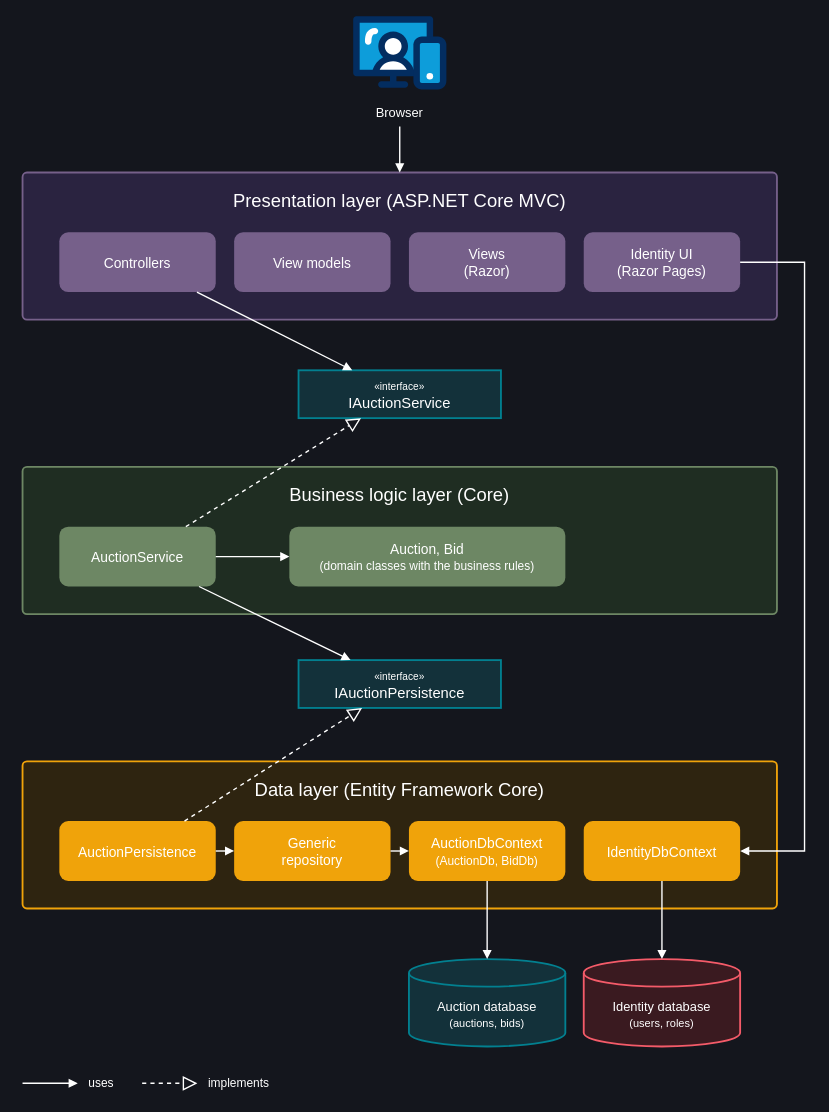
Before: docs/architecture.drawio in IbrahimAwad98/Auction-webapp, a draw.io diagram. Source tidied: cells renumbered, new cells numbered last; positions are measured from the earlier drawing's top-left corner, leaving out a move shared by most shapes. Both pictures are drawn from the tidied source at 92%, with x=0, y=0 at pixel (22, 16).
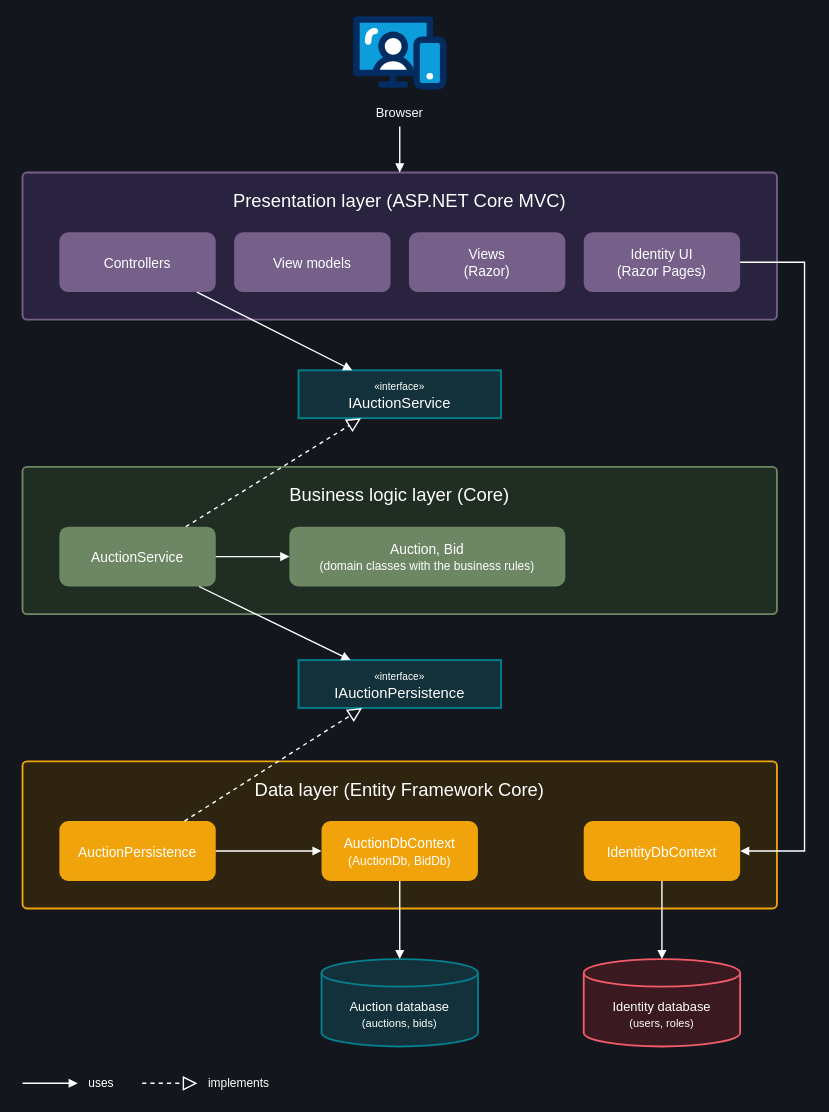
Above is the later version.

Commit message (it also covers changes not shown here):
Sync README and diagrams with the code

Unchanged cells that the change refers to:
```xml
<mxCell id="13" value="AuctionPersistence" style="rounded=1;whiteSpace=wrap;html=1;fontSize=15;fillColor=#f0a30a;strokeColor=none;fontColor=#ffffff;" parent="1" vertex="1">
  <mxGeometry x="40" y="875" width="170" height="65" as="geometry" />
</mxCell>
```

What changed in the source:
```diff
@@
-    <mxCell id="14" value="Generic&lt;br&gt;repository" style="rounded=1;whiteSpace=wrap;html=1;fontSize=15;fillColor=#f0a30a;strokeColor=none;fontColor=#ffffff;" parent="1" vertex="1">
-      <mxGeometry x="230" y="875" width="170" height="65" as="geometry" />
-    </mxCell>
     <mxCell id="15" value="AuctionDbContext&lt;br&gt;&lt;font style=&quot;font-size: 13px;&quot;&gt;(AuctionDb, BidDb)&lt;/font&gt;" style="rounded=1;whiteSpace=wrap;html=1;fontSize=15;fillColor=#f0a30a;strokeColor=none;fontColor=#ffffff;" parent="1" vertex="1">
-      <mxGeometry x="420" y="875" width="170" height="65" as="geometry" />
+      <mxGeometry x="325" y="875" width="170" height="65" as="geometry" />
     </mxCell>
@@
     <mxCell id="17" value="Auction database&lt;br&gt;&lt;font style=&quot;font-size: 12px;&quot;&gt;(auctions, bids)&lt;/font&gt;" style="shape=cylinder3;whiteSpace=wrap;html=1;boundedLbl=1;backgroundOutline=1;size=15;fontSize=14;strokeWidth=2;fillColor=#13313a;strokeColor=#028090;fontColor=#ffffff;" parent="1" vertex="1">
-      <mxGeometry x="420" y="1025" width="170" height="95" as="geometry" />
+      <mxGeometry x="325" y="1025" width="170" height="95" as="geometry" />
     </mxCell>
@@
-    <mxCell id="24" style="endArrow=block;endFill=1;html=1;rounded=0;strokeWidth=1.5;strokeColor=#ffffff;" parent="1" edge="1" source="13" target="14">
+    <mxCell id="24" style="endArrow=block;endFill=1;html=1;rounded=0;strokeWidth=1.5;strokeColor=#ffffff;" parent="1" edge="1" source="13" target="15">
       <mxGeometry relative="1" as="geometry" />
     </mxCell>
-    <mxCell id="25" style="endArrow=block;endFill=1;html=1;rounded=0;strokeWidth=1.5;strokeColor=#ffffff;" parent="1" edge="1" source="14" target="15">
-      <mxGeometry relative="1" as="geometry" />
-    </mxCell>
```
